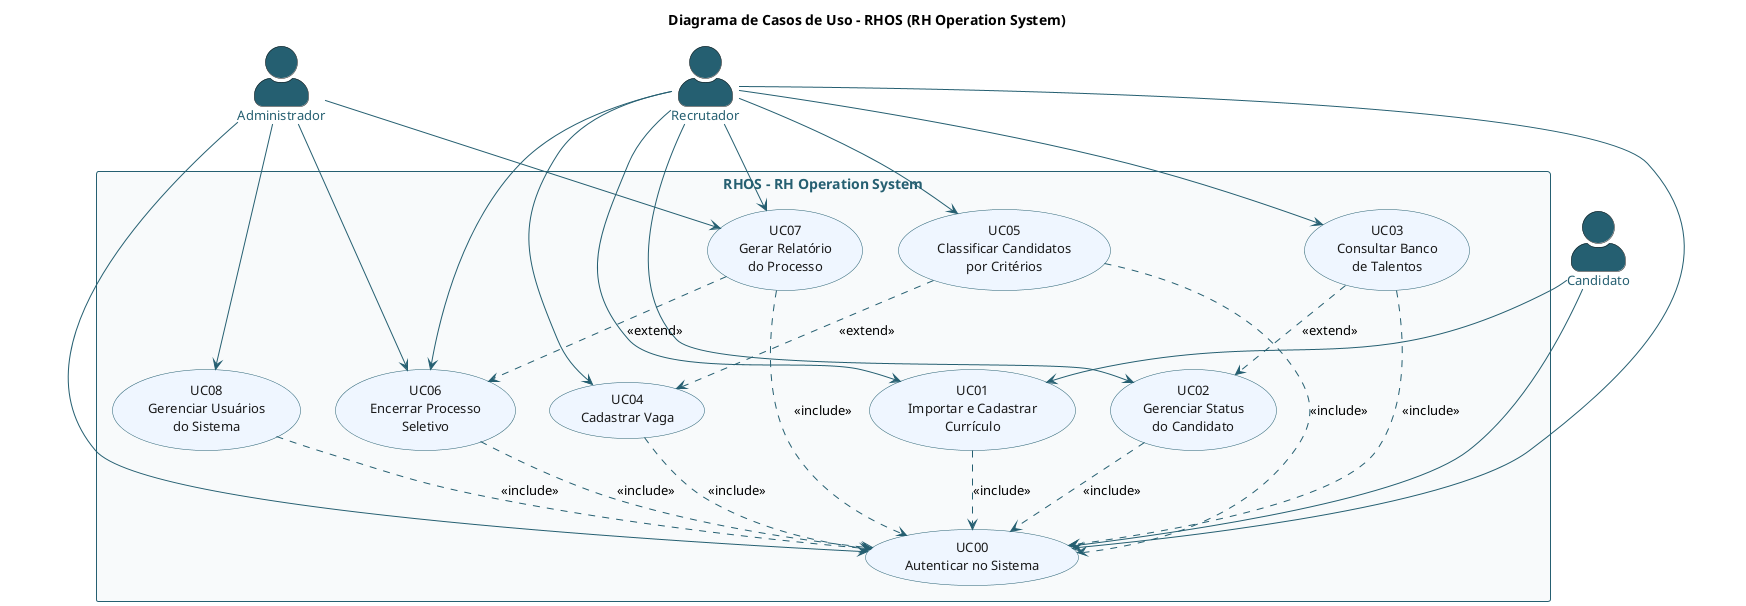
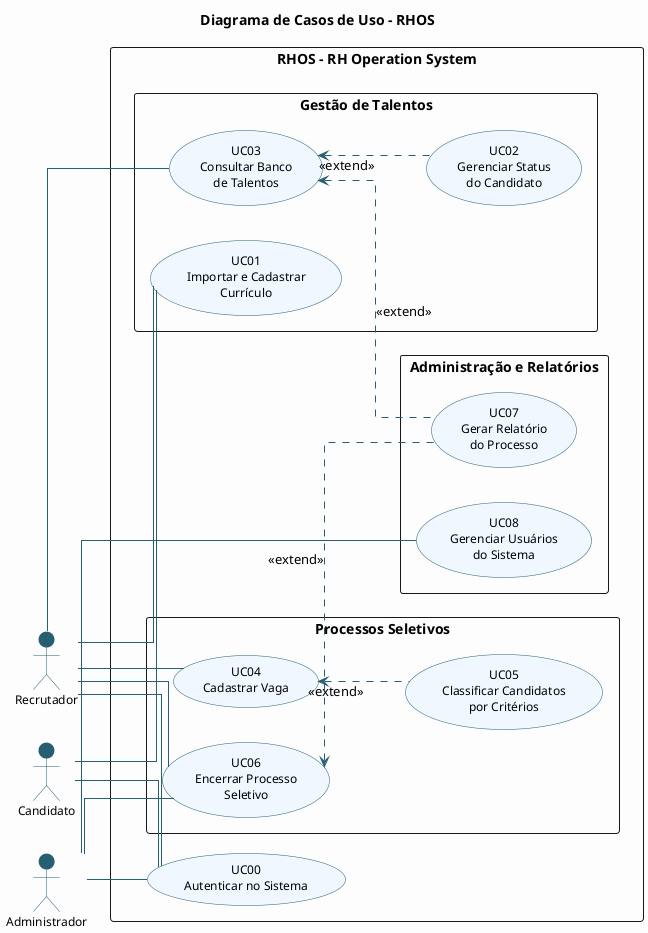
- @startuml diagrama-casos-de-uso
+ @startuml diagrama-casos-de-uso-final

- title Diagrama de Casos de Uso – RHOS (RH Operation System)
+ title Diagrama de Casos de Uso – RHOS

- skinparam backgroundColor #FFFFFF
- skinparam actorStyle awesome
+ left to right direction
+ skinparam linetype ortho
+ skinparam backgroundColor #FDFDFD
+ skinparam packageStyle rectangle
+ 
skinparam usecase {
-   BackgroundColor #EFF6FF
-   BorderColor #255F71
-   FontColor #1A1A1A
-   FontSize 13
+     BackgroundColor #F0F7FF
+     BorderColor #255F71
+     ArrowColor #255F71
+     FontSize 12
}
+ 
skinparam actor {
-   BackgroundColor #255F71
-   FontColor #255F71
-   FontSize 13
+     BackgroundColor #255F71
+     BorderColor #255F71
+     FontSize 12
}
- skinparam ArrowColor #255F71
- skinparam rectangleBorderColor #255F71
- skinparam rectangleFontColor #255F71
- skinparam rectangleFontSize 14
- skinparam rectangleBackgroundColor #F8FAFB

- ' ── Atores ──────────────────────────────────────────────────────
- actor Administrador as A
- actor Recrutador    as R
- actor Candidato     as C
+ ' ── Atores Exclusivos do Sistema ────────────────────────────────
+ actor "Administrador" as Admin
+ actor "Recrutador" as Recruiter
+ actor "Candidato" as Candidate

' ── Sistema ─────────────────────────────────────────────────────
rectangle "RHOS – RH Operation System" {

-   ' Acesso
-   usecase (UC00\nAutenticar no Sistema) as UC00
+     usecase (UC00\nAutenticar no Sistema) as UC00

-   ' Candidatos
-   usecase (UC01\nImportar e Cadastrar\nCurrículo) as UC01
-   usecase (UC02\nGerenciar Status\ndo Candidato) as UC02
-   usecase (UC03\nConsultar Banco\nde Talentos) as UC03
+     package "Gestão de Talentos" {
+         usecase (UC01\nImportar e Cadastrar\nCurrículo) as UC01
+         usecase (UC03\nConsultar Banco\nde Talentos) as UC03
+         usecase (UC02\nGerenciar Status\ndo Candidato) as UC02
+     }

-   ' Processos
-   usecase (UC04\nCadastrar Vaga) as UC04
-   usecase (UC05\nClassificar Candidatos\npor Critérios) as UC05
-   usecase (UC06\nEncerrar Processo\nSeletivo) as UC06
+     package "Processos Seletivos" {
+         usecase (UC04\nCadastrar Vaga) as UC04
+         usecase (UC05\nClassificar Candidatos\npor Critérios) as UC05
+         usecase (UC06\nEncerrar Processo\nSeletivo) as UC06
+     }

-   ' Relatórios e admin
-   usecase (UC07\nGerar Relatório\ndo Processo) as UC07
-   usecase (UC08\nGerenciar Usuários\ndo Sistema) as UC08
- 
+     package "Administração e Relatórios" {
+         usecase (UC07\nGerar Relatório\ndo Processo) as UC07
+         usecase (UC08\nGerenciar Usuários\ndo Sistema) as UC08
+     }
}

- ' ── Relacionamentos – Administrador ─────────────────────────────
- A --> UC00
- A --> UC06
- A --> UC07
- A --> UC08
+ ' ── Relacionamentos: Autenticação (Comum aos 3) ─────────────────
+ Admin -- UC00
+ Recruiter -- UC00
+ Candidate -- UC00

- ' ── Relacionamentos – Recrutador ────────────────────────────────
- R --> UC00
- R --> UC01
- R --> UC02
- R --> UC03
- R --> UC04
- R --> UC05
- R --> UC06
- R --> UC07
+ ' ── Relacionamentos: Candidato ──────────────────────────────────
+ Candidate -- UC01

- ' ── Relacionamentos – Candidato ─────────────────────────────────
- C --> UC00
- C --> UC01
+ ' ── Relacionamentos: Recrutador ─────────────────────────────────
+ Recruiter -- UC01
+ Recruiter -- UC03
+ Recruiter -- UC04
+ Recruiter -- UC06

- ' ── Includes (dependências obrigatórias) ────────────────────────
- UC01 ..> UC00 : <<include>>
- UC02 ..> UC00 : <<include>>
- UC03 ..> UC00 : <<include>>
- UC04 ..> UC00 : <<include>>
- UC05 ..> UC00 : <<include>>
- UC06 ..> UC00 : <<include>>
- UC07 ..> UC00 : <<include>>
- UC08 ..> UC00 : <<include>>
+ ' ── Relacionamentos: Administrador ──────────────────────────────
+ Admin -- UC06
+ Admin -- UC08

- ' ── Extends (fluxos opcionais) ──────────────────────────────────
- UC03 ..> UC02 : <<extend>>
- UC05 ..> UC04 : <<extend>>
- UC07 ..> UC06 : <<extend>>
+ ' ── Lógica de Extensão (Ações Indiretas) ────────────────────────
+ ' Evita linhas dos atores até esses casos de uso secundários
+ UC03 <.. UC02 : <<extend>>
+ UC04 <.. UC05 : <<extend>>
+ UC06 <.. UC07 : <<extend>>
+ UC03 <.. UC07 : <<extend>>

- @enduml
+ @enduml